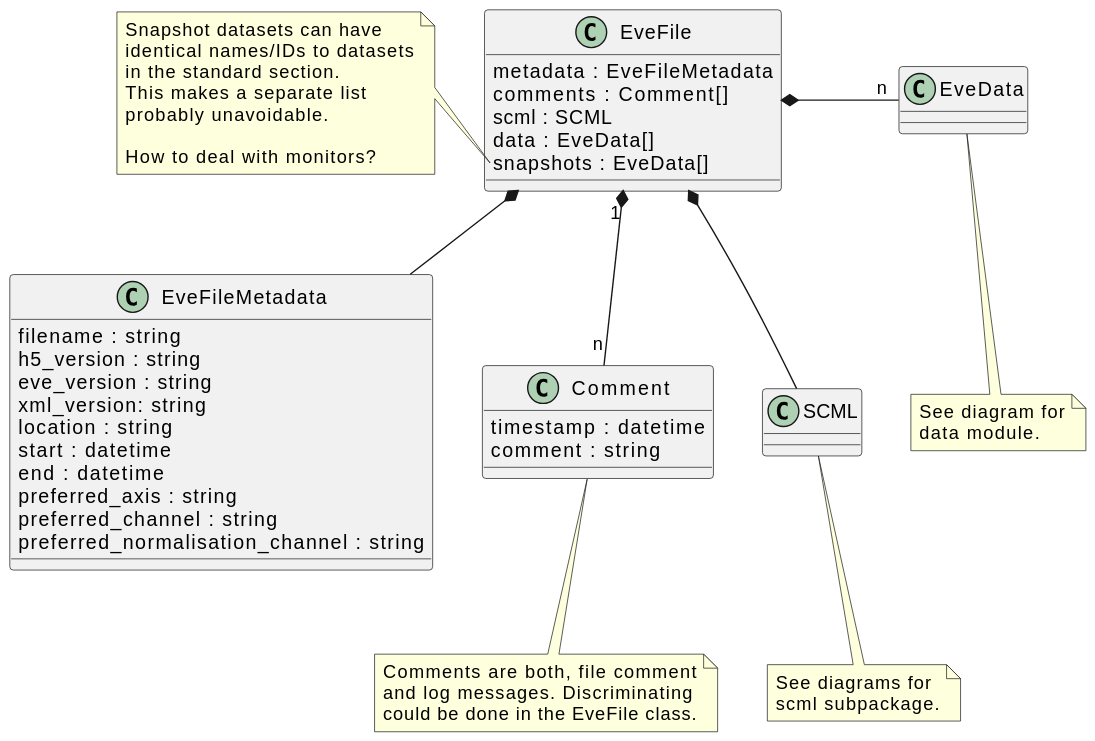
The PlantUML diagram docs/uml/evedata.evefile.file.svg in tillbiskup/evedata, before a commit.
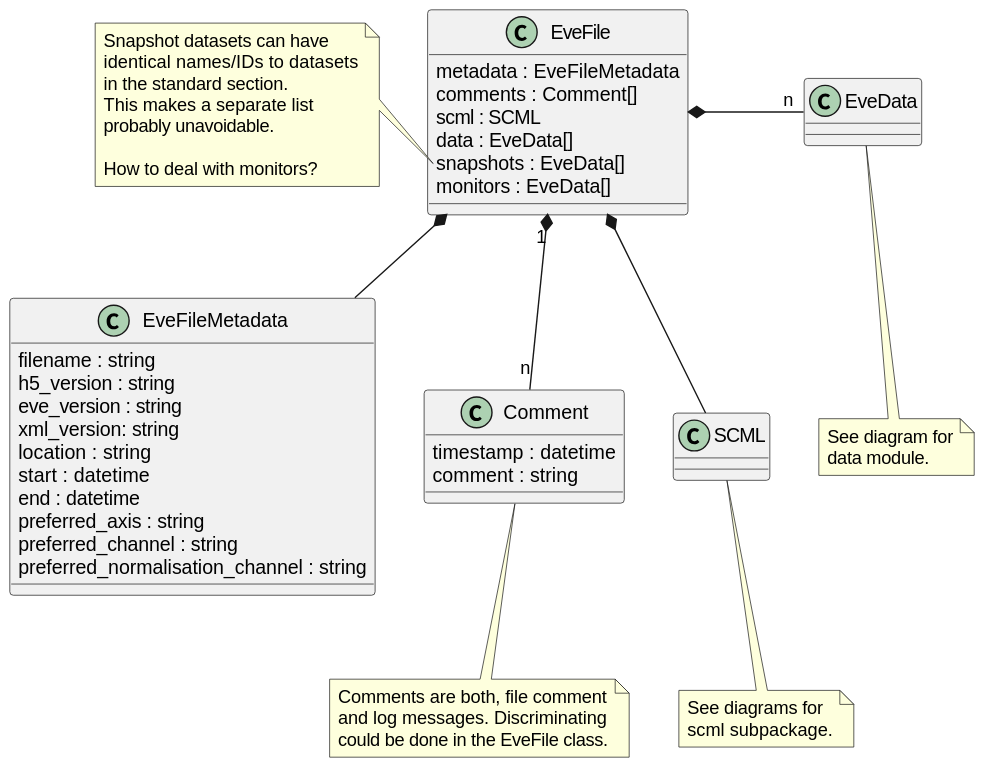
The same diagram one commit later.

What changed in the source:
```diff
@@ -5,6 +5,7 @@
     scml : SCML
     data : EveData[]
     snapshots : EveData[]
+    monitors : EveData[]
 }
 note left of EveFile::snapshots
     Snapshot datasets can have
```
